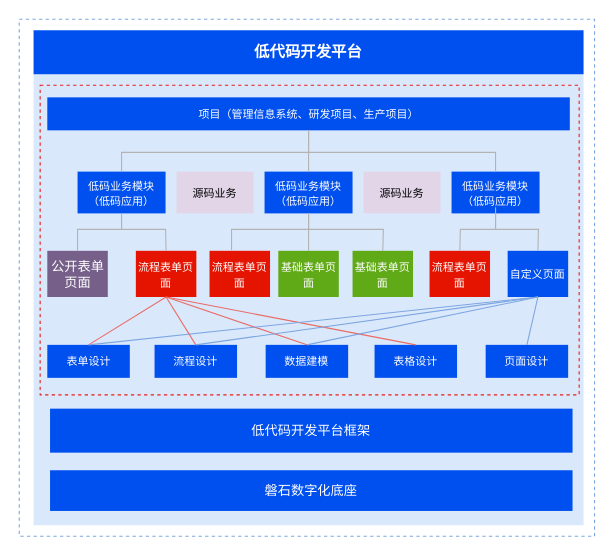
Before: 低代码—研究内容——新版——房.drawio in tangyaosimida/love, a draw.io diagram. Source tidied: cells renumbered, new cells numbered last; positions are measured from the earlier drawing's top-left corner, leaving out a move shared by most shapes. Both pictures are drawn from the tidied source at 110%, with x=0, y=0 at pixel (19, 19).
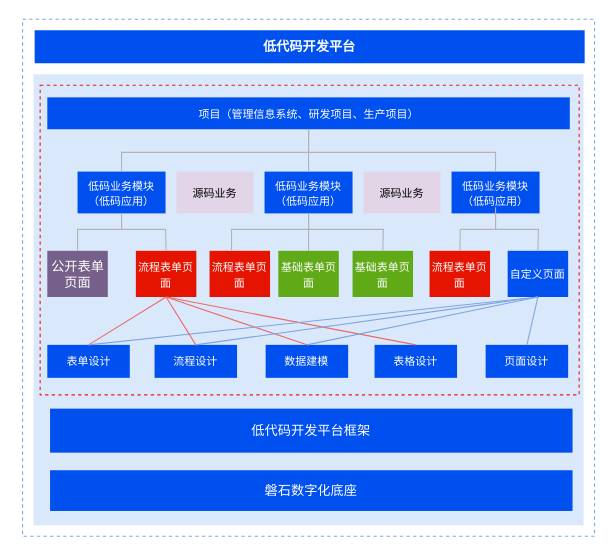
Above is the later version.

Commit message (it also covers changes not shown here):
更新低代码—研究内容——新版——房.drawio

Diff of the diagram source:
```diff
@@
     <mxCell id="2" style="rounded=0;whiteSpace=wrap;html=1;fillColor=none;strokeColor=#7EA6E0;strokeWidth=1;dashed=1;" parent="1" vertex="1">
-      <mxGeometry width="523" height="470" as="geometry" />
+      <mxGeometry x="3" width="520" height="470" as="geometry" />
     </mxCell>
@@
-    <mxCell id="5" value="&lt;span style=&quot;font-size: 14px;&quot;&gt;&lt;b&gt;低代码开发平台&lt;/b&gt;&lt;/span&gt;" style="rounded=0;whiteSpace=wrap;html=1;fillColor=#0050ef;fontColor=#ffffff;strokeColor=none;" parent="1" vertex="1">
-      <mxGeometry x="13" y="10" width="500" height="40" as="geometry" />
+    <mxCell id="5" value="&lt;b style=&quot;&quot;&gt;&lt;font style=&quot;font-size: 12px;&quot;&gt;低代码开发平台&lt;/font&gt;&lt;/b&gt;" style="rounded=0;whiteSpace=wrap;html=1;fillColor=#0050ef;fontColor=#ffffff;strokeColor=none;" parent="1" vertex="1">
+      <mxGeometry x="14" y="10" width="500" height="30" as="geometry" />
     </mxCell>
@@
     <mxCell id="8" value="&lt;span style=&quot;font-size: 10px;&quot;&gt;项目（管理信息系统、研发项目、生产项目）&lt;/span&gt;" style="rounded=0;whiteSpace=wrap;html=1;fillColor=#0050ef;fontColor=#ffffff;strokeColor=none;align=center;" parent="1" vertex="1">
-      <mxGeometry x="25.5" y="71" width="475" height="30" as="geometry" />
+      <mxGeometry x="25.5" y="71" width="475" height="29" as="geometry" />
     </mxCell>
```
